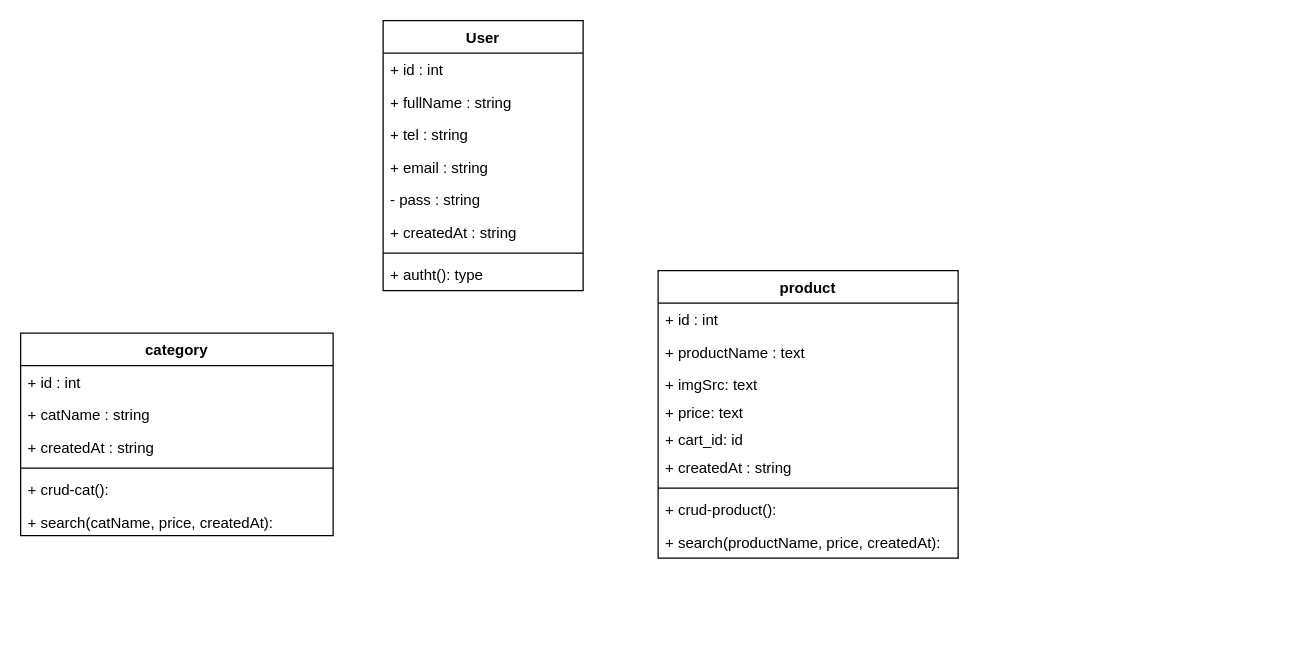
Earlier version of the draw.io diagram classdiagram.drawio (YouCodeSchool/ShopNow). Source tidied: cells renumbered, new cells numbered last; positions are measured from the earlier drawing's top-left corner, leaving out a move shared by most shapes. Both pictures are drawn from the tidied source at 125%, with x=0, y=0 at pixel (20, 20).
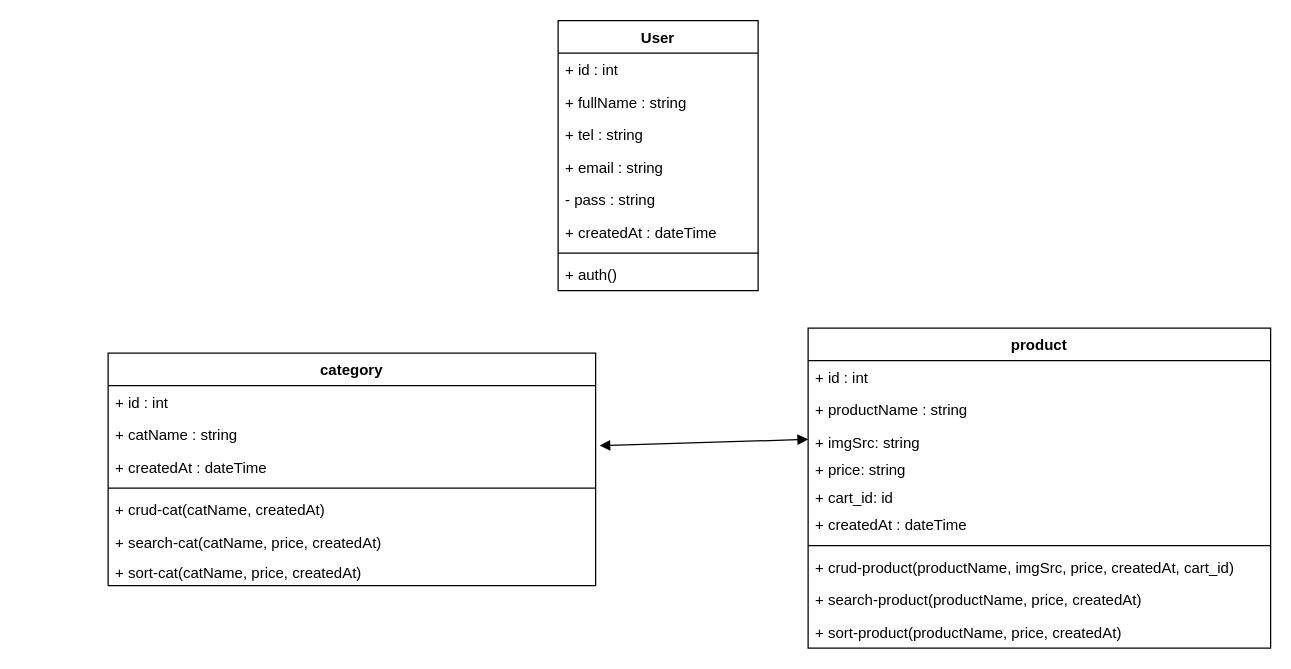
The same diagram, later.

The edit, as a diff of the source:
```diff
@@
     <mxCell id="2" value="User" style="swimlane;fontStyle=1;align=center;verticalAlign=top;horizontal=1;startSize=26;" parent="1" vertex="1">
-      <mxGeometry x="290" width="160" height="216" as="geometry" />
+      <mxGeometry x="430" width="160" height="216" as="geometry" />
     </mxCell>
@@
-    <mxCell id="8" value="+ createdAt : string" style="text;strokeColor=none;fillColor=none;align=left;verticalAlign=top;spacingLeft=4;spacingRight=4;overflow=hidden;" parent="2" vertex="1">
+    <mxCell id="8" value="+ createdAt : dateTime" style="text;strokeColor=none;fillColor=none;align=left;verticalAlign=top;spacingLeft=4;spacingRight=4;overflow=hidden;" parent="2" vertex="1">
       <mxGeometry y="156" width="160" height="26" as="geometry" />
     </mxCell>
@@
-    <mxCell id="10" value="+ autht(): type" style="text;strokeColor=none;fillColor=none;align=left;verticalAlign=top;spacingLeft=4;spacingRight=4;overflow=hidden;" parent="2" vertex="1">
+    <mxCell id="10" value="+ auth()" style="text;strokeColor=none;fillColor=none;align=left;verticalAlign=top;spacingLeft=4;spacingRight=4;overflow=hidden;" parent="2" vertex="1">
       <mxGeometry y="190" width="160" height="26" as="geometry" />
     </mxCell>
@@
     <mxCell id="12" value="category" style="swimlane;fontStyle=1;align=center;verticalAlign=top;horizontal=1;startSize=26;" parent="1" vertex="1">
-      <mxGeometry y="250" width="250" height="162" as="geometry" />
+      <mxGeometry x="70" y="266" width="390" height="186" as="geometry" />
     </mxCell>
     <mxCell id="13" value="+ id : int " style="text;strokeColor=none;fillColor=none;align=left;verticalAlign=top;spacingLeft=4;spacingRight=4;overflow=hidden;" parent="12" vertex="1">
-      <mxGeometry y="26" width="250" height="26" as="geometry" />
+      <mxGeometry y="26" width="390" height="26" as="geometry" />
     </mxCell>
     <mxCell id="14" value="+ catName : string" style="text;strokeColor=none;fillColor=none;align=left;verticalAlign=top;spacingLeft=4;spacingRight=4;overflow=hidden;" parent="12" vertex="1">
-      <mxGeometry y="52" width="250" height="26" as="geometry" />
+      <mxGeometry y="52" width="390" height="26" as="geometry" />
     </mxCell>
-    <mxCell id="15" value="+ createdAt : string" style="text;strokeColor=none;fillColor=none;align=left;verticalAlign=top;spacingLeft=4;spacingRight=4;overflow=hidden;points=[[0,0.5],[1,0.5]];portConstraint=eastwest;" parent="12" vertex="1">
-      <mxGeometry y="78" width="250" height="26" as="geometry" />
+    <mxCell id="15" value="+ createdAt : dateTime" style="text;strokeColor=none;fillColor=none;align=left;verticalAlign=top;spacingLeft=4;spacingRight=4;overflow=hidden;points=[[0,0.5],[1,0.5]];portConstraint=eastwest;" parent="12" vertex="1">
+      <mxGeometry y="78" width="390" height="26" as="geometry" />
     </mxCell>
     <mxCell id="16" style="line;strokeWidth=1;fillColor=none;align=left;verticalAlign=middle;spacingTop=-1;spacingLeft=3;spacingRight=3;labelPosition=right;" parent="12" vertex="1">
-      <mxGeometry y="104" width="250" height="8" as="geometry" />
+      <mxGeometry y="104" width="390" height="8" as="geometry" />
     </mxCell>
-    <mxCell id="17" value="+ crud-cat(): " style="text;strokeColor=none;fillColor=none;align=left;verticalAlign=top;spacingLeft=4;spacingRight=4;overflow=hidden;" parent="12" vertex="1">
-      <mxGeometry y="112" width="250" height="26" as="geometry" />
+    <mxCell id="17" value="+ crud-cat(catName, createdAt)" style="text;strokeColor=none;fillColor=none;align=left;verticalAlign=top;spacingLeft=4;spacingRight=4;overflow=hidden;" parent="12" vertex="1">
+      <mxGeometry y="112" width="390" height="26" as="geometry" />
     </mxCell>
-    <mxCell id="18" value="+ search(catName, price, createdAt): " style="text;strokeColor=none;fillColor=none;align=left;verticalAlign=top;spacingLeft=4;spacingRight=4;overflow=hidden;" parent="12" vertex="1">
-      <mxGeometry y="138" width="250" height="24" as="geometry" />
+    <mxCell id="18" value="+ search-cat(catName, price, createdAt)" style="text;strokeColor=none;fillColor=none;align=left;verticalAlign=top;spacingLeft=4;spacingRight=4;overflow=hidden;" parent="12" vertex="1">
+      <mxGeometry y="138" width="390" height="24" as="geometry" />
     </mxCell>
+    <mxCell id="29" value="+ sort-cat(catName, price, createdAt)" style="text;strokeColor=none;fillColor=none;align=left;verticalAlign=top;spacingLeft=4;spacingRight=4;overflow=hidden;" parent="12" vertex="1">
+      <mxGeometry y="162" width="390" height="24" as="geometry" />
+    </mxCell>
     <mxCell id="19" value="product" style="swimlane;fontStyle=1;align=center;verticalAlign=top;horizontal=1;startSize=26;" parent="1" vertex="1">
-      <mxGeometry x="510" y="200" width="240" height="230" as="geometry" />
+      <mxGeometry x="630" y="246" width="370" height="256" as="geometry" />
     </mxCell>
     <mxCell id="20" value="+ id : int " style="text;strokeColor=none;fillColor=none;align=left;verticalAlign=top;spacingLeft=4;spacingRight=4;overflow=hidden;" parent="19" vertex="1">
-      <mxGeometry y="26" width="240" height="26" as="geometry" />
+      <mxGeometry y="26" width="370" height="26" as="geometry" />
     </mxCell>
-    <mxCell id="21" value="+ productName : text" style="text;strokeColor=none;fillColor=none;align=left;verticalAlign=top;spacingLeft=4;spacingRight=4;overflow=hidden;" parent="19" vertex="1">
-      <mxGeometry y="52" width="240" height="26" as="geometry" />
+    <mxCell id="21" value="+ productName : string" style="text;strokeColor=none;fillColor=none;align=left;verticalAlign=top;spacingLeft=4;spacingRight=4;overflow=hidden;" parent="19" vertex="1">
+      <mxGeometry y="52" width="370" height="26" as="geometry" />
     </mxCell>
-    <mxCell id="22" value="+ imgSrc: text" style="text;strokeColor=none;fillColor=none;align=left;verticalAlign=top;spacingLeft=4;spacingRight=4;overflow=hidden;points=[[0,0.5],[1,0.5]];portConstraint=eastwest;" parent="19" vertex="1">
-      <mxGeometry y="78" width="240" height="22" as="geometry" />
+    <mxCell id="22" value="+ imgSrc: string" style="text;strokeColor=none;fillColor=none;align=left;verticalAlign=top;spacingLeft=4;spacingRight=4;overflow=hidden;points=[[0,0.5],[1,0.5]];portConstraint=eastwest;" parent="19" vertex="1">
+      <mxGeometry y="78" width="370" height="22" as="geometry" />
     </mxCell>
-    <mxCell id="23" value="+ price: text" style="text;strokeColor=none;fillColor=none;align=left;verticalAlign=top;spacingLeft=4;spacingRight=4;overflow=hidden;" parent="19" vertex="1">
-      <mxGeometry y="100" width="240" height="22" as="geometry" />
+    <mxCell id="23" value="+ price: string" style="text;strokeColor=none;fillColor=none;align=left;verticalAlign=top;spacingLeft=4;spacingRight=4;overflow=hidden;" parent="19" vertex="1">
+      <mxGeometry y="100" width="370" height="22" as="geometry" />
     </mxCell>
     <mxCell id="24" value="+ cart_id: id" style="text;strokeColor=none;fillColor=none;align=left;verticalAlign=top;spacingLeft=4;spacingRight=4;overflow=hidden;" parent="19" vertex="1">
-      <mxGeometry y="122" width="240" height="22" as="geometry" />
+      <mxGeometry y="122" width="370" height="22" as="geometry" />
     </mxCell>
-    <mxCell id="25" value="+ createdAt : string" style="text;strokeColor=none;fillColor=none;align=left;verticalAlign=top;spacingLeft=4;spacingRight=4;overflow=hidden;" parent="19" vertex="1">
-      <mxGeometry y="144" width="240" height="26" as="geometry" />
+    <mxCell id="25" value="+ createdAt : dateTime" style="text;strokeColor=none;fillColor=none;align=left;verticalAlign=top;spacingLeft=4;spacingRight=4;overflow=hidden;" parent="19" vertex="1">
+      <mxGeometry y="144" width="370" height="26" as="geometry" />
     </mxCell>
     <mxCell id="26" style="line;strokeWidth=1;fillColor=none;align=left;verticalAlign=middle;spacingTop=-1;spacingLeft=3;spacingRight=3;labelPosition=right;" parent="19" vertex="1">
-      <mxGeometry y="170" width="240" height="8" as="geometry" />
+      <mxGeometry y="170" width="370" height="8" as="geometry" />
     </mxCell>
-    <mxCell id="27" value="+ crud-product(): " style="text;strokeColor=none;fillColor=none;align=left;verticalAlign=top;spacingLeft=4;spacingRight=4;overflow=hidden;" parent="19" vertex="1">
-      <mxGeometry y="178" width="240" height="26" as="geometry" />
+    <mxCell id="27" value="+ crud-product(productName, imgSrc, price, createdAt, cart_id)" style="text;strokeColor=none;fillColor=none;align=left;verticalAlign=top;spacingLeft=4;spacingRight=4;overflow=hidden;" parent="19" vertex="1">
+      <mxGeometry y="178" width="370" height="26" as="geometry" />
     </mxCell>
-    <mxCell id="28" value="+ search(productName, price, createdAt): " style="text;strokeColor=none;fillColor=none;align=left;verticalAlign=top;spacingLeft=4;spacingRight=4;overflow=hidden;" parent="19" vertex="1">
-      <mxGeometry y="204" width="240" height="26" as="geometry" />
+    <mxCell id="28" value="+ search-product(productName, price, createdAt)" style="text;strokeColor=none;fillColor=none;align=left;verticalAlign=top;spacingLeft=4;spacingRight=4;overflow=hidden;" parent="19" vertex="1">
+      <mxGeometry y="204" width="370" height="26" as="geometry" />
     </mxCell>
+    <mxCell id="30" value="+ sort-product(productName, price, createdAt)" style="text;strokeColor=none;fillColor=none;align=left;verticalAlign=top;spacingLeft=4;spacingRight=4;overflow=hidden;" parent="19" vertex="1">
+      <mxGeometry y="230" width="370" height="26" as="geometry" />
+    </mxCell>
+    <mxCell id="31" style="endArrow=block;startArrow=block;endFill=1;startFill=1;html=1;rounded=0;exitX=1.008;exitY=-0.154;exitDx=0;exitDy=0;exitPerimeter=0;entryX=0;entryY=0.5;entryDx=0;entryDy=0;" parent="1" edge="1" source="15" target="22">
+      <mxGeometry relative="1" as="geometry" />
+    </mxCell>
```
